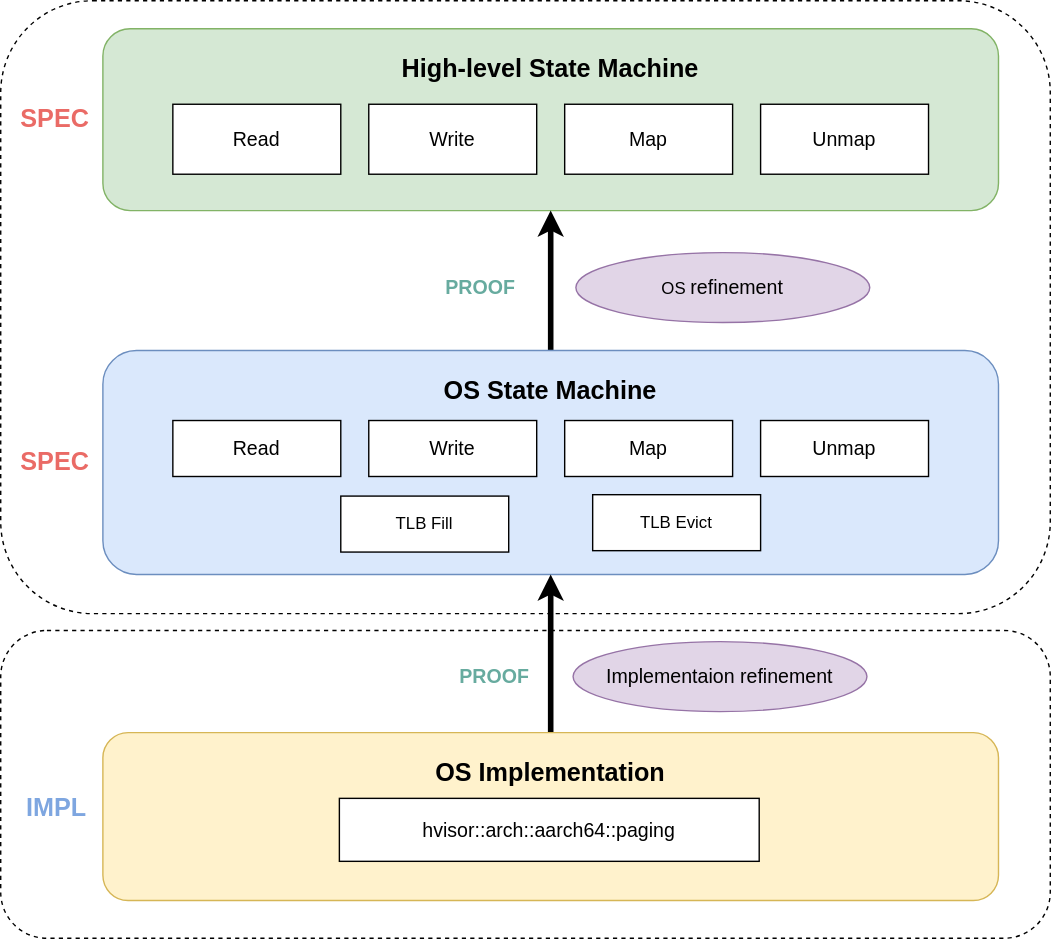
The draw.io diagram docs/arch.svg in syswonder/verified-pt, before a commit. Source tidied: cells renumbered, new cells last; positions are measured from the earlier drawing's top-left corner, leaving out a move shared by most shapes.
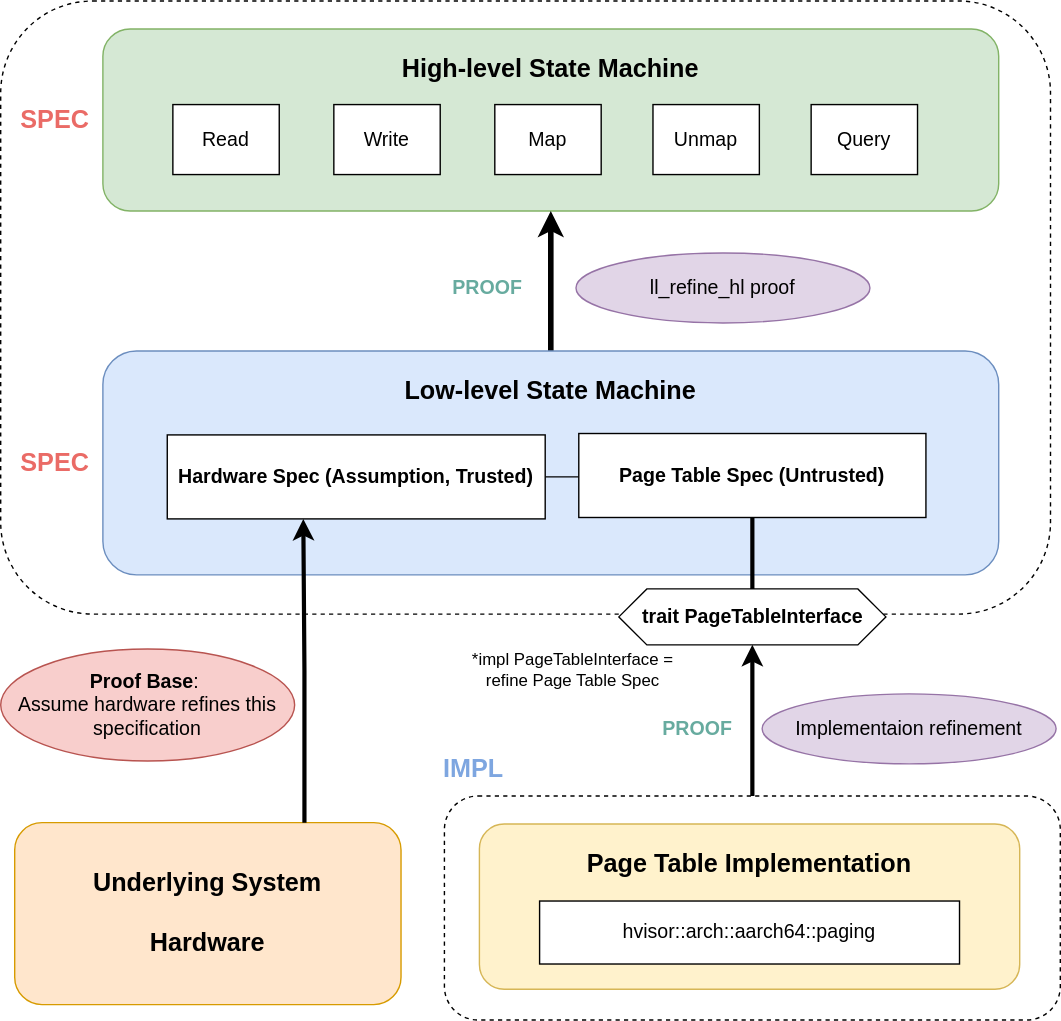
The same file after the commit.

What changed in the source:
```diff
@@ -2,80 +2,92 @@
   <root>
     <mxCell id="0" />
     <mxCell id="1" parent="0" />
+    <mxCell id="27" style="edgeStyle=orthogonalEdgeStyle;rounded=0;jettySize=auto;html=1;exitX=0.5;exitY=0;exitDx=0;exitDy=0;entryX=0.5;entryY=1;entryDx=0;entryDy=0;strokeWidth=3;" parent="1" edge="1" source="2" target="33">
+      <mxGeometry relative="1" as="geometry" />
+    </mxCell>
     <mxCell id="2" style="rounded=1;whiteSpace=wrap;html=1;dashed=1;" parent="1" vertex="1">
-      <mxGeometry y="450" width="750" height="220" as="geometry" />
+      <mxGeometry x="298" y="568" width="440" height="160" as="geometry" />
     </mxCell>
     <mxCell id="3" style="rounded=1;whiteSpace=wrap;html=1;dashed=1;" parent="1" vertex="1">
-      <mxGeometry width="750" height="438" as="geometry" />
+      <mxGeometry x="-19" width="750" height="438" as="geometry" />
     </mxCell>
     <mxCell id="4" value="&lt;p&gt;&lt;font style=&quot;font-size: 18px;&quot;&gt;&lt;b&gt;High-level State Machine&lt;/b&gt;&lt;/font&gt;&lt;/p&gt;" style="rounded=1;whiteSpace=wrap;html=1;labelPosition=center;verticalLabelPosition=middle;align=center;verticalAlign=top;fillColor=#d5e8d4;strokeColor=#82b366;" parent="1" vertex="1">
-      <mxGeometry x="73" y="20" width="640" height="130" as="geometry" />
+      <mxGeometry x="54" y="20" width="640" height="130" as="geometry" />
     </mxCell>
     <mxCell id="5" style="edgeStyle=orthogonalEdgeStyle;rounded=0;jettySize=auto;html=1;exitX=0.5;exitY=0;exitDx=0;exitDy=0;entryX=0.5;entryY=1;entryDx=0;entryDy=0;strokeWidth=4;" parent="1" edge="1" source="6" target="4">
       <mxGeometry relative="1" as="geometry" />
     </mxCell>
-    <mxCell id="6" value="&lt;p&gt;&lt;font style=&quot;font-size: 18px;&quot;&gt;&lt;b&gt;OS State Machine&lt;/b&gt;&lt;/font&gt;&lt;/p&gt;" style="rounded=1;whiteSpace=wrap;html=1;verticalAlign=top;fillColor=#dae8fc;strokeColor=#6c8ebf;" parent="1" vertex="1">
-      <mxGeometry x="73" y="250" width="640" height="160" as="geometry" />
+    <mxCell id="6" value="&lt;p&gt;&lt;font style=&quot;font-size: 18px;&quot;&gt;&lt;b&gt;Low-level State Machine&lt;/b&gt;&lt;/font&gt;&lt;/p&gt;" style="rounded=1;whiteSpace=wrap;html=1;verticalAlign=top;fillColor=#dae8fc;strokeColor=#6c8ebf;" parent="1" vertex="1">
+      <mxGeometry x="54" y="250" width="640" height="160" as="geometry" />
     </mxCell>
-    <mxCell id="7" style="edgeStyle=orthogonalEdgeStyle;rounded=0;jettySize=auto;html=1;exitX=0.5;exitY=0;exitDx=0;exitDy=0;entryX=0.5;entryY=1;entryDx=0;entryDy=0;strokeWidth=4;" parent="1" edge="1" source="8" target="6">
-      <mxGeometry relative="1" as="geometry" />
-    </mxCell>
-    <mxCell id="8" value="&lt;p&gt;&lt;font style=&quot;font-size: 18px;&quot;&gt;&lt;b&gt;OS Implementation&lt;/b&gt;&lt;/font&gt;&lt;/p&gt;" style="rounded=1;whiteSpace=wrap;html=1;verticalAlign=top;fillColor=#fff2cc;strokeColor=#d6b656;" parent="1" vertex="1">
-      <mxGeometry x="73" y="523" width="640" height="120" as="geometry" />
+    <mxCell id="8" value="&lt;p&gt;&lt;font style=&quot;font-size: 18px;&quot;&gt;&lt;b&gt;Page Table Implementation&lt;/b&gt;&lt;/font&gt;&lt;/p&gt;" style="rounded=1;whiteSpace=wrap;html=1;verticalAlign=top;fillColor=#fff2cc;strokeColor=#d6b656;" parent="1" vertex="1">
+      <mxGeometry x="323" y="588" width="386" height="118" as="geometry" />
     </mxCell>
     <mxCell id="9" value="&lt;font style=&quot;font-size: 14px;&quot;&gt;Read&lt;/font&gt;" style="rounded=0;whiteSpace=wrap;html=1;" parent="1" vertex="1">
-      <mxGeometry x="123" y="74" width="120" height="50" as="geometry" />
+      <mxGeometry x="104" y="74" width="76" height="50" as="geometry" />
     </mxCell>
     <mxCell id="10" value="&lt;font style=&quot;font-size: 14px;&quot;&gt;Write&lt;/font&gt;" style="rounded=0;whiteSpace=wrap;html=1;" parent="1" vertex="1">
-      <mxGeometry x="263" y="74" width="120" height="50" as="geometry" />
+      <mxGeometry x="219" y="74" width="76" height="50" as="geometry" />
     </mxCell>
     <mxCell id="11" value="&lt;font style=&quot;font-size: 14px;&quot;&gt;Map&lt;/font&gt;" style="rounded=0;whiteSpace=wrap;html=1;" parent="1" vertex="1">
-      <mxGeometry x="403" y="74" width="120" height="50" as="geometry" />
+      <mxGeometry x="334" y="74" width="76" height="50" as="geometry" />
     </mxCell>
     <mxCell id="12" value="&lt;font style=&quot;font-size: 14px;&quot;&gt;Unmap&lt;/font&gt;" style="rounded=0;whiteSpace=wrap;html=1;" parent="1" vertex="1">
-      <mxGeometry x="543" y="74" width="120" height="50" as="geometry" />
+      <mxGeometry x="447" y="74" width="76" height="50" as="geometry" />
     </mxCell>
-    <mxCell id="13" value="&lt;font style=&quot;font-size: 14px;&quot;&gt;Read&lt;/font&gt;" style="rounded=0;whiteSpace=wrap;html=1;" parent="1" vertex="1">
-      <mxGeometry x="123" y="300" width="120" height="40" as="geometry" />
-    </mxCell>
-    <mxCell id="14" value="&lt;font style=&quot;font-size: 14px;&quot;&gt;Write&lt;/font&gt;" style="rounded=0;whiteSpace=wrap;html=1;" parent="1" vertex="1">
-      <mxGeometry x="263" y="300" width="120" height="40" as="geometry" />
-    </mxCell>
-    <mxCell id="15" value="&lt;font style=&quot;font-size: 14px;&quot;&gt;Map&lt;/font&gt;" style="rounded=0;whiteSpace=wrap;html=1;" parent="1" vertex="1">
-      <mxGeometry x="403" y="300" width="120" height="40" as="geometry" />
-    </mxCell>
-    <mxCell id="16" value="&lt;font style=&quot;font-size: 14px;&quot;&gt;Unmap&lt;/font&gt;" style="rounded=0;whiteSpace=wrap;html=1;" parent="1" vertex="1">
-      <mxGeometry x="543" y="300" width="120" height="40" as="geometry" />
-    </mxCell>
-    <mxCell id="17" value="TLB Fill" style="rounded=0;whiteSpace=wrap;html=1;" parent="1" vertex="1">
-      <mxGeometry x="243" y="354" width="120" height="40" as="geometry" />
-    </mxCell>
-    <mxCell id="18" value="TLB Evict" style="rounded=0;whiteSpace=wrap;html=1;" parent="1" vertex="1">
-      <mxGeometry x="423" y="353" width="120" height="40" as="geometry" />
-    </mxCell>
     <mxCell id="19" value="hvisor::arch::aarch64::paging" style="rounded=0;whiteSpace=wrap;html=1;fontSize=14;" parent="1" vertex="1">
-      <mxGeometry x="242" y="570" width="300" height="45" as="geometry" />
+      <mxGeometry x="366" y="643" width="300" height="45" as="geometry" />
     </mxCell>
     <mxCell id="20" value="&lt;font style=&quot;font-size: 18px;&quot;&gt;&lt;b style=&quot;&quot;&gt;SPEC&lt;/b&gt;&lt;/font&gt;" style="text;html=1;align=center;verticalAlign=middle;whiteSpace=wrap;rounded=0;fontColor=light-dark(#EA6B66,#EDEDED);" parent="1" vertex="1">
-      <mxGeometry x="9" y="70" width="60" height="30" as="geometry" />
+      <mxGeometry x="-10" y="70" width="60" height="30" as="geometry" />
     </mxCell>
     <mxCell id="21" value="&lt;font style=&quot;font-size: 18px;&quot;&gt;&lt;b style=&quot;&quot;&gt;SPEC&lt;/b&gt;&lt;/font&gt;" style="text;html=1;align=center;verticalAlign=middle;whiteSpace=wrap;rounded=0;fontColor=light-dark(#EA6B66,#EDEDED);" parent="1" vertex="1">
-      <mxGeometry x="9" y="315" width="60" height="30" as="geometry" />
+      <mxGeometry x="-10" y="315" width="60" height="30" as="geometry" />
     </mxCell>
     <mxCell id="22" value="&lt;font style=&quot;font-size: 18px;&quot;&gt;&lt;b style=&quot;&quot;&gt;IMPL&lt;/b&gt;&lt;/font&gt;" style="text;html=1;align=center;verticalAlign=middle;whiteSpace=wrap;rounded=0;fontColor=light-dark(#7EA6E0,#EDEDED);" parent="1" vertex="1">
-      <mxGeometry x="10" y="562" width="60" height="30" as="geometry" />
+      <mxGeometry x="289" y="534" width="60" height="30" as="geometry" />
     </mxCell>
-    <mxCell id="23" value="OS &lt;font style=&quot;font-size: 14px;&quot;&gt;refinement&lt;/font&gt;" style="ellipse;whiteSpace=wrap;html=1;fillColor=#e1d5e7;strokeColor=#9673a6;" parent="1" vertex="1">
-      <mxGeometry x="411" y="180" width="210" height="50" as="geometry" />
+    <mxCell id="23" value="&lt;font style=&quot;font-size: 14px;&quot;&gt;ll_refine_hl proof&lt;/font&gt;" style="ellipse;whiteSpace=wrap;html=1;fillColor=#e1d5e7;strokeColor=#9673a6;" parent="1" vertex="1">
+      <mxGeometry x="392" y="180" width="210" height="50" as="geometry" />
     </mxCell>
     <mxCell id="24" value="&lt;font style=&quot;font-size: 14px;&quot;&gt;Implementaion&amp;nbsp;&lt;font style=&quot;&quot;&gt;refinement&lt;/font&gt;&lt;/font&gt;" style="ellipse;whiteSpace=wrap;html=1;fillColor=#e1d5e7;strokeColor=#9673a6;" parent="1" vertex="1">
-      <mxGeometry x="409" y="458" width="210" height="50" as="geometry" />
+      <mxGeometry x="525" y="495" width="210" height="50" as="geometry" />
     </mxCell>
     <mxCell id="25" value="&lt;font style=&quot;color: rgb(103, 171, 159); font-size: 14px;&quot;&gt;&lt;b style=&quot;&quot;&gt;PROOF&lt;/b&gt;&lt;/font&gt;" style="text;html=1;align=center;verticalAlign=middle;whiteSpace=wrap;rounded=0;" parent="1" vertex="1">
-      <mxGeometry x="323" y="468" width="60" height="30" as="geometry" />
+      <mxGeometry x="449" y="505" width="60" height="30" as="geometry" />
     </mxCell>
     <mxCell id="26" value="&lt;font style=&quot;color: rgb(103, 171, 159); font-size: 14px;&quot;&gt;&lt;b style=&quot;&quot;&gt;PROOF&lt;/b&gt;&lt;/font&gt;" style="text;html=1;align=center;verticalAlign=middle;whiteSpace=wrap;rounded=0;" parent="1" vertex="1">
-      <mxGeometry x="313" y="190" width="60" height="30" as="geometry" />
+      <mxGeometry x="299" y="190" width="60" height="30" as="geometry" />
     </mxCell>
+    <mxCell id="28" style="edgeStyle=orthogonalEdgeStyle;rounded=0;jettySize=auto;html=1;exitX=1;exitY=0.5;exitDx=0;exitDy=0;exitPerimeter=0;entryX=0;entryY=0.5;entryDx=0;entryDy=0;endArrow=none;startFill=0;" parent="1" edge="1" source="29" target="31">
+      <mxGeometry relative="1" as="geometry" />
+    </mxCell>
+    <mxCell id="29" value="&lt;b&gt;&lt;font style=&quot;font-size: 14px;&quot;&gt;Hardware Spec (Assumption, Trusted)&lt;/font&gt;&lt;/b&gt;" style="rounded=0;whiteSpace=wrap;html=1;points=[[0,0,0,0,0],[0,0.25,0,0,0],[0,0.5,0,0,0],[0,0.75,0,0,0],[0,1,0,0,0],[0.25,0,0,0,0],[0.36,1,0,0,0],[0.5,0,0,0,0],[0.5,1,0,0,0],[0.75,0,0,0,0],[0.75,1,0,0,0],[1,0,0,0,0],[1,0.25,0,0,0],[1,0.5,0,0,0],[1,0.75,0,0,0],[1,1,0,0,0]];" parent="1" vertex="1">
+      <mxGeometry x="100" y="310" width="270" height="60" as="geometry" />
+    </mxCell>
+    <mxCell id="30" value="&lt;span style=&quot;font-size: 14px;&quot;&gt;Query&lt;/span&gt;" style="rounded=0;whiteSpace=wrap;html=1;" parent="1" vertex="1">
+      <mxGeometry x="560" y="74" width="76" height="50" as="geometry" />
+    </mxCell>
+    <mxCell id="31" value="&lt;font style=&quot;font-size: 14px;&quot;&gt;&lt;b&gt;Page Table Spec (Untrusted)&lt;/b&gt;&lt;/font&gt;" style="rounded=0;whiteSpace=wrap;html=1;" parent="1" vertex="1">
+      <mxGeometry x="394" y="309" width="248" height="60" as="geometry" />
+    </mxCell>
+    <mxCell id="32" style="edgeStyle=orthogonalEdgeStyle;rounded=0;jettySize=auto;html=1;exitX=0.5;exitY=0;exitDx=0;exitDy=0;entryX=0.5;entryY=1;entryDx=0;entryDy=0;strokeWidth=3;endArrow=none;startFill=0;" parent="1" edge="1" source="33" target="31">
+      <mxGeometry relative="1" as="geometry" />
+    </mxCell>
+    <mxCell id="33" value="&lt;font style=&quot;font-size: 14px;&quot;&gt;&lt;b&gt;trait PageTableInterface&lt;/b&gt;&lt;/font&gt;" style="shape=hexagon;perimeter=hexagonPerimeter2;whiteSpace=wrap;html=1;fixedSize=1;" parent="1" vertex="1">
+      <mxGeometry x="422.6" y="420" width="190.8" height="40" as="geometry" />
+    </mxCell>
+    <mxCell id="34" value="&lt;font&gt;*impl PageTableInterface = refine Page Table Spec&lt;/font&gt;" style="text;html=1;align=center;verticalAlign=middle;whiteSpace=wrap;rounded=0;" parent="1" vertex="1">
+      <mxGeometry x="312" y="463" width="156" height="30" as="geometry" />
+    </mxCell>
+    <mxCell id="35" value="&lt;font style=&quot;font-size: 18px;&quot;&gt;&lt;b style=&quot;&quot;&gt;Underlying System&lt;/b&gt;&lt;/font&gt;&lt;div&gt;&lt;font style=&quot;font-size: 18px;&quot;&gt;&lt;b style=&quot;&quot;&gt;&lt;br&gt;&lt;/b&gt;&lt;/font&gt;&lt;/div&gt;&lt;div&gt;&lt;font style=&quot;font-size: 18px;&quot;&gt;&lt;b style=&quot;&quot;&gt;Hardware&lt;/b&gt;&lt;/font&gt;&lt;/div&gt;" style="rounded=1;whiteSpace=wrap;html=1;fillColor=#ffe6cc;strokeColor=#d79b00;" parent="1" vertex="1">
+      <mxGeometry x="-9" y="587" width="276" height="130" as="geometry" />
+    </mxCell>
+    <mxCell id="36" style="edgeStyle=orthogonalEdgeStyle;rounded=0;jettySize=auto;html=1;exitX=0.75;exitY=0;exitDx=0;exitDy=0;entryX=0.36;entryY=1;entryDx=0;entryDy=0;entryPerimeter=0;strokeWidth=3;" parent="1" edge="1" source="35" target="29">
+      <mxGeometry relative="1" as="geometry" />
+    </mxCell>
+    <mxCell id="37" value="&lt;font style=&quot;font-size: 14px;&quot;&gt;&lt;b&gt;Proof Base&lt;/b&gt;:&amp;nbsp;&lt;/font&gt;&lt;div&gt;&lt;font style=&quot;font-size: 14px;&quot;&gt;Assume hardware refines this specification&lt;/font&gt;&lt;/div&gt;" style="ellipse;whiteSpace=wrap;html=1;fillColor=#f8cecc;strokeColor=#b85450;" parent="1" vertex="1">
+      <mxGeometry x="-19" y="463" width="210" height="80" as="geometry" />
+    </mxCell>
   </root>
 </mxGraphModel>
```
